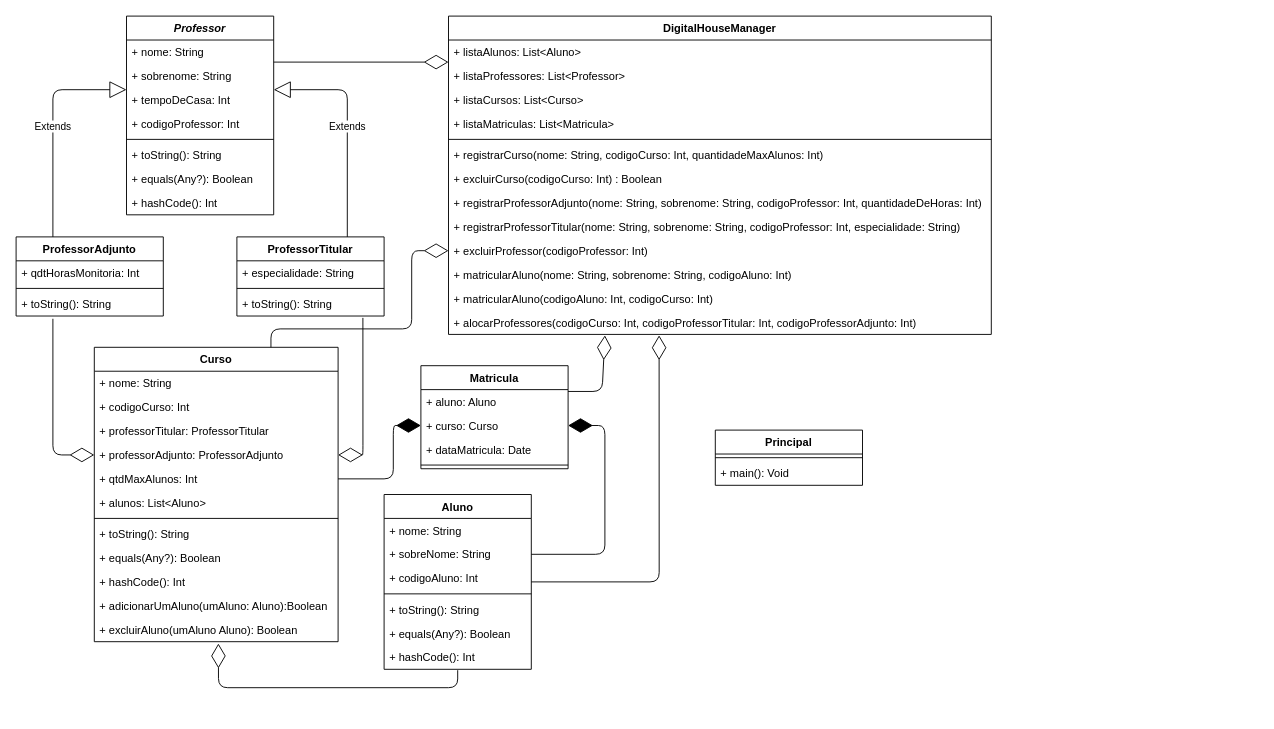
Before: DesafioKotlinUML.drawio in mtrindade8/DesafioKotlin_DigitalHouseMobile, a draw.io diagram. Source tidied: cells renumbered, new cells numbered last; positions are measured from the earlier drawing's top-left corner, leaving out a move shared by most shapes. Both pictures are drawn from the tidied source at 92%, with x=0, y=0 at pixel (16, 16).
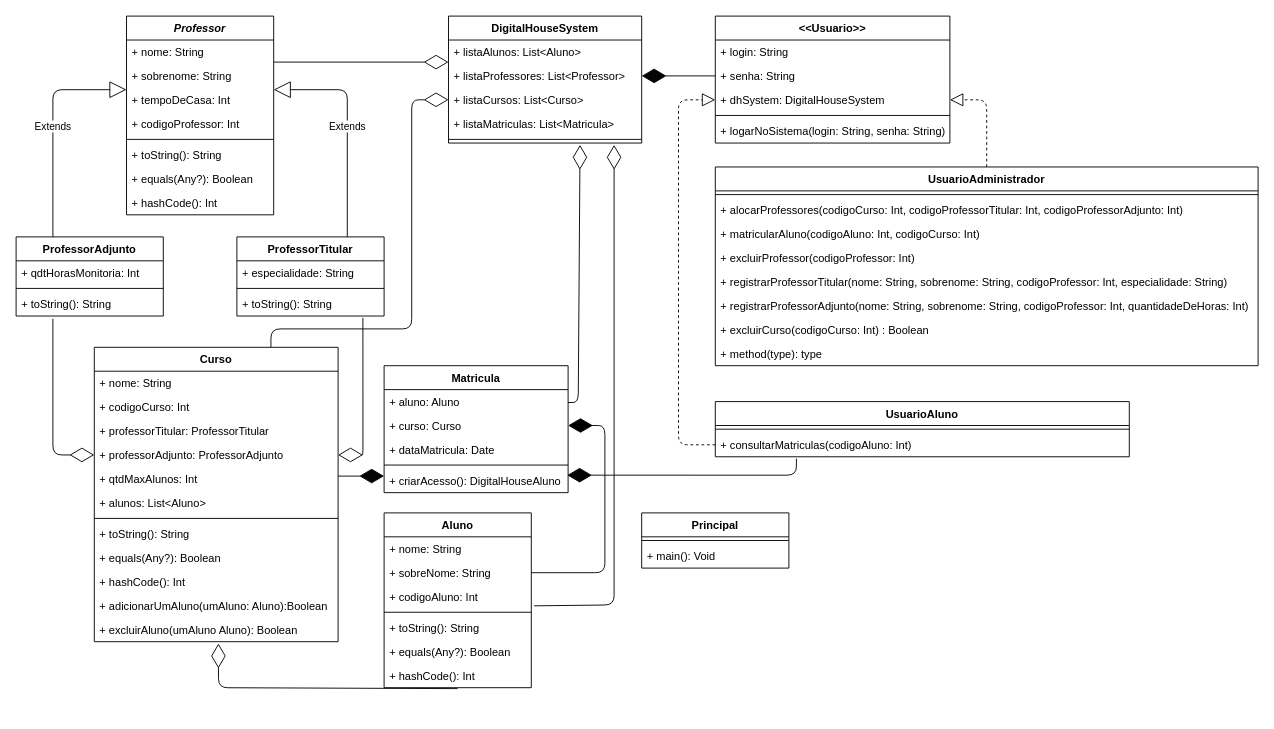
The same page after the edit.

Commit message:
Inclusão da parte K

The change refers to these unchanged cells:
```xml
<mxCell id="5" value="+ toString(): String" style="text;strokeColor=none;fillColor=none;align=left;verticalAlign=top;spacingLeft=4;spacingRight=4;overflow=hidden;points=[[0,0.5],[1,0.5]];portConstraint=eastwest;" parent="2" vertex="1">
  <mxGeometry y="60" width="160" height="26" as="geometry" />
</mxCell>
<mxCell id="9" value="+ toString(): String" style="text;strokeColor=none;fillColor=none;align=left;verticalAlign=top;spacingLeft=4;spacingRight=4;overflow=hidden;points=[[0,0.5],[1,0.5]];portConstraint=eastwest;" parent="6" vertex="1">
  <mxGeometry y="60" width="160" height="26" as="geometry" />
</mxCell>
<mxCell id="11" value="+ nome: String" style="text;strokeColor=none;fillColor=none;align=left;verticalAlign=top;spacingLeft=4;spacingRight=4;overflow=hidden;points=[[0,0.5],[1,0.5]];portConstraint=eastwest;" parent="10" vertex="1">
  <mxGeometry y="26" width="160" height="26" as="geometry" />
</mxCell>
<mxCell id="25" value="+ professorAdjunto: ProfessorAdjunto" style="text;strokeColor=none;fillColor=none;align=left;verticalAlign=top;spacingLeft=4;spacingRight=4;overflow=hidden;points=[[0,0.5],[1,0.5]];portConstraint=eastwest;" parent="21" vertex="1">
  <mxGeometry y="104" width="265" height="26" as="geometry" />
</mxCell>
<mxCell id="26" value="+ qtdMaxAlunos: Int" style="text;strokeColor=none;fillColor=none;align=left;verticalAlign=top;spacingLeft=4;spacingRight=4;overflow=hidden;points=[[0,0.5],[1,0.5]];portConstraint=eastwest;" parent="21" vertex="1">
  <mxGeometry y="130" width="265" height="26" as="geometry" />
</mxCell>
<mxCell id="39" value="+ sobreNome: String" style="text;strokeColor=none;fillColor=none;align=left;verticalAlign=top;spacingLeft=4;spacingRight=4;overflow=hidden;points=[[0,0.5],[1,0.5]];portConstraint=eastwest;" parent="37" vertex="1">
  <mxGeometry y="52" width="160" height="26" as="geometry" />
</mxCell>
<mxCell id="40" value="+ codigoAluno: Int" style="text;strokeColor=none;fillColor=none;align=left;verticalAlign=top;spacingLeft=4;spacingRight=4;overflow=hidden;points=[[0,0.5],[1,0.5]];portConstraint=eastwest;" parent="37" vertex="1">
  <mxGeometry y="78" width="160" height="26" as="geometry" />
</mxCell>
```

The edit, as a diff of the source:
```diff
@@
-    <mxCell id="34" style="endArrow=diamondThin;endFill=1;endSize=24;html=1;exitX=1;exitY=0.5;exitDx=0;exitDy=0;entryX=0;entryY=0.5;entryDx=0;entryDy=0;" parent="1" edge="1" source="26" target="47">
-      <mxGeometry relative="1" as="geometry">
-        <Array as="points">
-          <mxPoint x="410" y="503" />
-          <mxPoint x="410" y="445" />
-        </Array>
-      </mxGeometry>
-    </mxCell>
     <mxCell id="35" style="endArrow=diamondThin;endFill=1;endSize=24;html=1;entryX=1;entryY=0.5;entryDx=0;entryDy=0;exitX=1;exitY=0.5;exitDx=0;exitDy=0;" parent="1" edge="1" source="39" target="47">
       <mxGeometry relative="1" as="geometry">
         <Array as="points">
-          <mxPoint x="640" y="585" />
+          <mxPoint x="640" y="605" />
           <mxPoint x="640" y="445" />
         </Array>
       </mxGeometry>
     </mxCell>
@@
+    <mxCell id="50" value="DigitalHouseSystem" style="swimlane;fontStyle=1;align=center;verticalAlign=top;horizontal=1;startSize=26;" parent="1" vertex="1">
+      <mxGeometry x="470" width="210" height="138" as="geometry" />
+    </mxCell>
+    <mxCell id="51" value="+ listaAlunos: List&lt;Aluno&gt;" style="text;strokeColor=none;fillColor=none;align=left;verticalAlign=top;spacingLeft=4;spacingRight=4;overflow=hidden;points=[[0,0.5],[1,0.5]];portConstraint=eastwest;" parent="50" vertex="1">
+      <mxGeometry y="26" width="210" height="26" as="geometry" />
+    </mxCell>
+    <mxCell id="52" value="+ listaProfessores: List&lt;Professor&gt;" style="text;strokeColor=none;fillColor=none;align=left;verticalAlign=top;spacingLeft=4;spacingRight=4;overflow=hidden;points=[[0,0.5],[1,0.5]];portConstraint=eastwest;" parent="50" vertex="1">
+      <mxGeometry y="52" width="210" height="26" as="geometry" />
+    </mxCell>
+    <mxCell id="53" value="+ listaCursos: List&lt;Curso&gt;" style="text;strokeColor=none;fillColor=none;align=left;verticalAlign=top;spacingLeft=4;spacingRight=4;overflow=hidden;points=[[0,0.5],[1,0.5]];portConstraint=eastwest;" parent="50" vertex="1">
+      <mxGeometry y="78" width="210" height="26" as="geometry" />
+    </mxCell>
+    <mxCell id="54" value="+ listaMatriculas: List&lt;Matricula&gt;" style="text;strokeColor=none;fillColor=none;align=left;verticalAlign=top;spacingLeft=4;spacingRight=4;overflow=hidden;" parent="50" vertex="1">
+      <mxGeometry y="104" width="210" height="26" as="geometry" />
+    </mxCell>
+    <mxCell id="55" style="line;strokeWidth=1;fillColor=none;align=left;verticalAlign=middle;spacingTop=-1;spacingLeft=3;spacingRight=3;labelPosition=right;" parent="50" vertex="1">
+      <mxGeometry y="130" width="210" height="8" as="geometry" />
+    </mxCell>
+    <mxCell id="64" style="endArrow=diamondThin;endFill=0;endSize=24;html=1;exitX=0.856;exitY=1.077;exitDx=0;exitDy=0;exitPerimeter=0;entryX=1;entryY=0.5;entryDx=0;entryDy=0;" parent="1" edge="1" source="9" target="25">
+      <mxGeometry relative="1" as="geometry">
+        <Array as="points">
+          <mxPoint x="377" y="477" />
+        </Array>
+      </mxGeometry>
+    </mxCell>
+    <mxCell id="65" style="endArrow=diamondThin;endFill=0;endSize=24;html=1;exitX=0.25;exitY=1.115;exitDx=0;exitDy=0;exitPerimeter=0;entryX=0;entryY=0.5;entryDx=0;entryDy=0;" parent="1" edge="1" source="5" target="25">
+      <mxGeometry relative="1" as="geometry">
+        <Array as="points">
+          <mxPoint x="40" y="477" />
+        </Array>
+      </mxGeometry>
+    </mxCell>
+    <mxCell id="69" style="endArrow=diamondThin;endFill=0;endSize=24;html=1;exitX=1.019;exitY=0.885;exitDx=0;exitDy=0;exitPerimeter=0;" parent="1" edge="1" source="40">
+      <mxGeometry relative="1" as="geometry">
+        <mxPoint x="650" y="140" as="targetPoint" />
+        <Array as="points">
+          <mxPoint x="650" y="640" />
+        </Array>
+      </mxGeometry>
+    </mxCell>
+    <mxCell id="70" style="endArrow=diamondThin;endFill=0;endSize=24;html=1;" parent="1" edge="1">
+      <mxGeometry relative="1" as="geometry">
+        <mxPoint x="600" y="420" as="sourcePoint" />
+        <mxPoint x="613" y="140" as="targetPoint" />
+        <Array as="points">
+          <mxPoint x="611" y="420" />
+        </Array>
+      </mxGeometry>
+    </mxCell>
+    <mxCell id="71" style="endArrow=diamondThin;endFill=0;endSize=24;html=1;strokeColor=#050505;entryX=0;entryY=0.5;entryDx=0;entryDy=0;" parent="1" edge="1" target="53">
+      <mxGeometry relative="1" as="geometry">
+        <mxPoint x="277" y="360" as="sourcePoint" />
+        <Array as="points">
+          <mxPoint x="277" y="340" />
+          <mxPoint x="430" y="340" />
+          <mxPoint x="430" y="91" />
+        </Array>
+      </mxGeometry>
+    </mxCell>
+    <mxCell id="72" style="endArrow=diamondThin;endFill=0;endSize=24;html=1;strokeColor=#050505;exitX=1;exitY=0.923;exitDx=0;exitDy=0;exitPerimeter=0;entryX=0;entryY=0.923;entryDx=0;entryDy=0;entryPerimeter=0;" parent="1" edge="1" source="11" target="51">
+      <mxGeometry relative="1" as="geometry" />
+    </mxCell>
     <mxCell id="37" value="Aluno" style="swimlane;fontStyle=1;align=center;verticalAlign=top;horizontal=1;startSize=26;" parent="1" vertex="1">
-      <mxGeometry x="400" y="520" width="160" height="190" as="geometry" />
+      <mxGeometry x="400" y="540" width="160" height="190" as="geometry" />
     </mxCell>
@@
     <mxCell id="45" value="Matricula" style="swimlane;fontStyle=1;align=center;verticalAlign=top;horizontal=1;startSize=26;" parent="1" vertex="1">
-      <mxGeometry x="440" y="380" width="160" height="112" as="geometry" />
+      <mxGeometry x="400" y="380" width="200" height="138" as="geometry" />
     </mxCell>
     <mxCell id="46" value="+ aluno: Aluno" style="text;strokeColor=none;fillColor=none;align=left;verticalAlign=top;spacingLeft=4;spacingRight=4;overflow=hidden;" parent="45" vertex="1">
-      <mxGeometry y="26" width="160" height="26" as="geometry" />
+      <mxGeometry y="26" width="200" height="26" as="geometry" />
     </mxCell>
     <mxCell id="47" value="+ curso: Curso" style="text;strokeColor=none;fillColor=none;align=left;verticalAlign=top;spacingLeft=4;spacingRight=4;overflow=hidden;points=[[0,0.5],[1,0.5]];portConstraint=eastwest;" parent="45" vertex="1">
-      <mxGeometry y="52" width="160" height="26" as="geometry" />
+      <mxGeometry y="52" width="200" height="26" as="geometry" />
     </mxCell>
     <mxCell id="48" value="+ dataMatricula: Date" style="text;strokeColor=none;fillColor=none;align=left;verticalAlign=top;spacingLeft=4;spacingRight=4;overflow=hidden;" parent="45" vertex="1">
-      <mxGeometry y="78" width="160" height="26" as="geometry" />
+      <mxGeometry y="78" width="200" height="26" as="geometry" />
     </mxCell>
     <mxCell id="49" style="line;strokeWidth=1;fillColor=none;align=left;verticalAlign=middle;spacingTop=-1;spacingLeft=3;spacingRight=3;labelPosition=right;" parent="45" vertex="1">
-      <mxGeometry y="104" width="160" height="8" as="geometry" />
+      <mxGeometry y="104" width="200" height="8" as="geometry" />
     </mxCell>
-    <mxCell id="50" value="DigitalHouseManager" style="swimlane;fontStyle=1;align=center;verticalAlign=top;horizontal=1;startSize=26;" parent="1" vertex="1">
-      <mxGeometry x="470" width="590" height="346" as="geometry" />
-    </mxCell>
-    <mxCell id="51" value="+ listaAlunos: List&lt;Aluno&gt;" style="text;strokeColor=none;fillColor=none;align=left;verticalAlign=top;spacingLeft=4;spacingRight=4;overflow=hidden;points=[[0,0.5],[1,0.5]];portConstraint=eastwest;" parent="50" vertex="1">
-      <mxGeometry y="26" width="590" height="26" as="geometry" />
-    </mxCell>
-    <mxCell id="52" value="+ listaProfessores: List&lt;Professor&gt;" style="text;strokeColor=none;fillColor=none;align=left;verticalAlign=top;spacingLeft=4;spacingRight=4;overflow=hidden;points=[[0,0.5],[1,0.5]];portConstraint=eastwest;" parent="50" vertex="1">
-      <mxGeometry y="52" width="590" height="26" as="geometry" />
-    </mxCell>
-    <mxCell id="53" value="+ listaCursos: List&lt;Curso&gt;" style="text;strokeColor=none;fillColor=none;align=left;verticalAlign=top;spacingLeft=4;spacingRight=4;overflow=hidden;points=[[0,0.5],[1,0.5]];portConstraint=eastwest;" parent="50" vertex="1">
-      <mxGeometry y="78" width="590" height="26" as="geometry" />
-    </mxCell>
-    <mxCell id="54" value="+ listaMatriculas: List&lt;Matricula&gt;" style="text;strokeColor=none;fillColor=none;align=left;verticalAlign=top;spacingLeft=4;spacingRight=4;overflow=hidden;" parent="50" vertex="1">
-      <mxGeometry y="104" width="590" height="26" as="geometry" />
-    </mxCell>
-    <mxCell id="55" style="line;strokeWidth=1;fillColor=none;align=left;verticalAlign=middle;spacingTop=-1;spacingLeft=3;spacingRight=3;labelPosition=right;" parent="50" vertex="1">
-      <mxGeometry y="130" width="590" height="8" as="geometry" />
-    </mxCell>
-    <mxCell id="56" value="+ registrarCurso(nome: String, codigoCurso: Int, quantidadeMaxAlunos: Int)" style="text;strokeColor=none;fillColor=none;align=left;verticalAlign=top;spacingLeft=4;spacingRight=4;overflow=hidden;" parent="50" vertex="1">
-      <mxGeometry y="138" width="590" height="26" as="geometry" />
-    </mxCell>
-    <mxCell id="57" value="+ excluirCurso(codigoCurso: Int) : Boolean" style="text;strokeColor=none;fillColor=none;align=left;verticalAlign=top;spacingLeft=4;spacingRight=4;overflow=hidden;" parent="50" vertex="1">
-      <mxGeometry y="164" width="590" height="26" as="geometry" />
-    </mxCell>
-    <mxCell id="58" value="+ registrarProfessorAdjunto(nome: String, sobrenome: String, codigoProfessor: Int, quantidadeDeHoras: Int)" style="text;strokeColor=none;fillColor=none;align=left;verticalAlign=top;spacingLeft=4;spacingRight=4;overflow=hidden;" parent="50" vertex="1">
-      <mxGeometry y="190" width="590" height="26" as="geometry" />
-    </mxCell>
-    <mxCell id="59" value="+ registrarProfessorTitular(nome: String, sobrenome: String, codigoProfessor: Int, especialidade: String)" style="text;strokeColor=none;fillColor=none;align=left;verticalAlign=top;spacingLeft=4;spacingRight=4;overflow=hidden;" parent="50" vertex="1">
-      <mxGeometry y="216" width="590" height="26" as="geometry" />
-    </mxCell>
-    <mxCell id="60" value="+ excluirProfessor(codigoProfessor: Int)" style="text;strokeColor=none;fillColor=none;align=left;verticalAlign=top;spacingLeft=4;spacingRight=4;overflow=hidden;points=[[0,0.5],[1,0.5]];portConstraint=eastwest;" parent="50" vertex="1">
-      <mxGeometry y="242" width="590" height="26" as="geometry" />
-    </mxCell>
-    <mxCell id="61" value="+ matricularAluno(nome: String, sobrenome: String, codigoAluno: Int)" style="text;strokeColor=none;fillColor=none;align=left;verticalAlign=top;spacingLeft=4;spacingRight=4;overflow=hidden;" parent="50" vertex="1">
-      <mxGeometry y="268" width="590" height="26" as="geometry" />
-    </mxCell>
-    <mxCell id="62" value="+ matricularAluno(codigoAluno: Int, codigoCurso: Int)" style="text;strokeColor=none;fillColor=none;align=left;verticalAlign=top;spacingLeft=4;spacingRight=4;overflow=hidden;" parent="50" vertex="1">
-      <mxGeometry y="294" width="590" height="26" as="geometry" />
-    </mxCell>
-    <mxCell id="63" value="+ alocarProfessores(codigoCurso: Int, codigoProfessorTitular: Int, codigoProfessorAdjunto: Int)" style="text;strokeColor=none;fillColor=none;align=left;verticalAlign=top;spacingLeft=4;spacingRight=4;overflow=hidden;points=[[0,0.5],[1,0.5]];portConstraint=eastwest;" parent="50" vertex="1">
-      <mxGeometry y="320" width="590" height="26" as="geometry" />
-    </mxCell>
-    <mxCell id="64" style="endArrow=diamondThin;endFill=0;endSize=24;html=1;exitX=0.856;exitY=1.077;exitDx=0;exitDy=0;exitPerimeter=0;entryX=1;entryY=0.5;entryDx=0;entryDy=0;" parent="1" edge="1" source="9" target="25">
-      <mxGeometry relative="1" as="geometry">
-        <Array as="points">
-          <mxPoint x="377" y="477" />
-        </Array>
-      </mxGeometry>
-    </mxCell>
-    <mxCell id="65" style="endArrow=diamondThin;endFill=0;endSize=24;html=1;exitX=0.25;exitY=1.115;exitDx=0;exitDy=0;exitPerimeter=0;entryX=0;entryY=0.5;entryDx=0;entryDy=0;" parent="1" edge="1" source="5" target="25">
-      <mxGeometry relative="1" as="geometry">
-        <Array as="points">
-          <mxPoint x="40" y="477" />
-        </Array>
-      </mxGeometry>
-    </mxCell>
+    <mxCell id="73" value="+ criarAcesso(): DigitalHouseAluno" style="text;strokeColor=none;fillColor=none;align=left;verticalAlign=top;spacingLeft=4;spacingRight=4;overflow=hidden;points=[[0,0.5],[1,0.5]];portConstraint=eastwest;" parent="45" vertex="1">
+      <mxGeometry y="112" width="200" height="26" as="geometry" />
+    </mxCell>
+    <mxCell id="74" style="endArrow=diamondThin;endFill=1;endSize=24;html=1;strokeColor=#050505;" parent="1" edge="1">
+      <mxGeometry relative="1" as="geometry">
+        <mxPoint x="350" y="500" as="sourcePoint" />
+        <mxPoint x="400" y="500" as="targetPoint" />
+      </mxGeometry>
+    </mxCell>
+    <mxCell id="75" style="endArrow=diamondThin;endFill=1;endSize=24;html=1;strokeColor=#050505;entryX=0.995;entryY=0.269;entryDx=0;entryDy=0;exitX=0.196;exitY=1.077;exitDx=0;exitDy=0;entryPerimeter=0;exitPerimeter=0;" parent="1" edge="1" source="87" target="73">
+      <mxGeometry relative="1" as="geometry">
+        <Array as="points">
+          <mxPoint x="848" y="499" />
+        </Array>
+      </mxGeometry>
+    </mxCell>
     <mxCell id="66" value="Principal" style="swimlane;fontStyle=1;align=center;verticalAlign=top;horizontal=1;startSize=26;" parent="1" vertex="1">
-      <mxGeometry x="760" y="450" width="160" height="60" as="geometry" />
+      <mxGeometry x="680" y="540" width="160" height="60" as="geometry" />
     </mxCell>
@@
-    <mxCell id="69" style="endArrow=diamondThin;endFill=0;endSize=24;html=1;entryX=0.388;entryY=1.038;entryDx=0;entryDy=0;entryPerimeter=0;" parent="1" edge="1" source="37" target="63">
-      <mxGeometry relative="1" as="geometry">
-        <Array as="points">
-          <mxPoint x="699" y="615" />
-        </Array>
-      </mxGeometry>
-    </mxCell>
-    <mxCell id="70" style="endArrow=diamondThin;endFill=0;endSize=24;html=1;exitX=1;exitY=0.25;exitDx=0;exitDy=0;" parent="1" edge="1" source="45">
-      <mxGeometry relative="1" as="geometry">
-        <mxPoint x="640" y="347" as="targetPoint" />
-        <Array as="points">
-          <mxPoint x="637" y="408" />
-        </Array>
-      </mxGeometry>
-    </mxCell>
-    <mxCell id="71" style="endArrow=diamondThin;endFill=0;endSize=24;html=1;strokeColor=#050505;entryX=0;entryY=0.5;entryDx=0;entryDy=0;" parent="1" edge="1" target="60">
-      <mxGeometry relative="1" as="geometry">
-        <mxPoint x="277" y="360" as="sourcePoint" />
-        <Array as="points">
-          <mxPoint x="277" y="340" />
-          <mxPoint x="430" y="340" />
-          <mxPoint x="430" y="255" />
-        </Array>
-      </mxGeometry>
-    </mxCell>
-    <mxCell id="72" style="endArrow=diamondThin;endFill=0;endSize=24;html=1;strokeColor=#050505;exitX=1;exitY=0.923;exitDx=0;exitDy=0;exitPerimeter=0;entryX=0;entryY=0.923;entryDx=0;entryDy=0;entryPerimeter=0;" parent="1" edge="1" source="11" target="51">
-      <mxGeometry relative="1" as="geometry" />
-    </mxCell>
+    <mxCell id="76" value="&lt;&lt;Usuario&gt;&gt;" style="swimlane;fontStyle=1;align=center;verticalAlign=top;horizontal=1;startSize=26;" parent="1" vertex="1">
+      <mxGeometry x="760" width="255" height="138" as="geometry" />
+    </mxCell>
+    <mxCell id="77" value="+ login: String" style="text;strokeColor=none;fillColor=none;align=left;verticalAlign=top;spacingLeft=4;spacingRight=4;overflow=hidden;" parent="76" vertex="1">
+      <mxGeometry y="26" width="255" height="26" as="geometry" />
+    </mxCell>
+    <mxCell id="78" value="+ senha: String" style="text;strokeColor=none;fillColor=none;align=left;verticalAlign=top;spacingLeft=4;spacingRight=4;overflow=hidden;points=[[0,0.5],[1,0.5]];portConstraint=eastwest;" parent="76" vertex="1">
+      <mxGeometry y="52" width="255" height="26" as="geometry" />
+    </mxCell>
+    <mxCell id="79" value="+ dhSystem: DigitalHouseSystem" style="text;strokeColor=none;fillColor=none;align=left;verticalAlign=top;spacingLeft=4;spacingRight=4;overflow=hidden;points=[[0,0.5],[1,0.5]];portConstraint=eastwest;" parent="76" vertex="1">
+      <mxGeometry y="78" width="255" height="26" as="geometry" />
+    </mxCell>
+    <mxCell id="80" style="line;strokeWidth=1;fillColor=none;align=left;verticalAlign=middle;spacingTop=-1;spacingLeft=3;spacingRight=3;labelPosition=right;" parent="76" vertex="1">
+      <mxGeometry y="104" width="255" height="8" as="geometry" />
+    </mxCell>
+    <mxCell id="81" value="+ logarNoSistema(login: String, senha: String)" style="text;strokeColor=none;fillColor=none;align=left;verticalAlign=top;spacingLeft=4;spacingRight=4;overflow=hidden;" parent="76" vertex="1">
+      <mxGeometry y="112" width="255" height="26" as="geometry" />
+    </mxCell>
+    <mxCell id="82" value="UsuarioAdministrador" style="swimlane;fontStyle=1;align=center;verticalAlign=top;horizontal=1;startSize=26;" parent="1" vertex="1">
+      <mxGeometry x="760" y="164" width="590" height="216" as="geometry" />
+    </mxCell>
+    <mxCell id="83" style="line;strokeWidth=1;fillColor=none;align=left;verticalAlign=middle;spacingTop=-1;spacingLeft=3;spacingRight=3;labelPosition=right;" parent="82" vertex="1">
+      <mxGeometry y="26" width="590" height="8" as="geometry" />
+    </mxCell>
+    <mxCell id="63" value="+ alocarProfessores(codigoCurso: Int, codigoProfessorTitular: Int, codigoProfessorAdjunto: Int)" style="text;strokeColor=none;fillColor=none;align=left;verticalAlign=top;spacingLeft=4;spacingRight=4;overflow=hidden;points=[[0,0.5],[1,0.5]];portConstraint=eastwest;" parent="82" vertex="1">
+      <mxGeometry y="34" width="590" height="26" as="geometry" />
+    </mxCell>
+    <mxCell id="62" value="+ matricularAluno(codigoAluno: Int, codigoCurso: Int)" style="text;strokeColor=none;fillColor=none;align=left;verticalAlign=top;spacingLeft=4;spacingRight=4;overflow=hidden;" parent="82" vertex="1">
+      <mxGeometry y="60" width="590" height="26" as="geometry" />
+    </mxCell>
+    <mxCell id="60" value="+ excluirProfessor(codigoProfessor: Int)" style="text;strokeColor=none;fillColor=none;align=left;verticalAlign=top;spacingLeft=4;spacingRight=4;overflow=hidden;points=[[0,0.5],[1,0.5]];portConstraint=eastwest;" parent="82" vertex="1">
+      <mxGeometry y="86" width="590" height="26" as="geometry" />
+    </mxCell>
+    <mxCell id="59" value="+ registrarProfessorTitular(nome: String, sobrenome: String, codigoProfessor: Int, especialidade: String)" style="text;strokeColor=none;fillColor=none;align=left;verticalAlign=top;spacingLeft=4;spacingRight=4;overflow=hidden;" parent="82" vertex="1">
+      <mxGeometry y="112" width="590" height="26" as="geometry" />
+    </mxCell>
+    <mxCell id="58" value="+ registrarProfessorAdjunto(nome: String, sobrenome: String, codigoProfessor: Int, quantidadeDeHoras: Int)" style="text;strokeColor=none;fillColor=none;align=left;verticalAlign=top;spacingLeft=4;spacingRight=4;overflow=hidden;" parent="82" vertex="1">
+      <mxGeometry y="138" width="590" height="26" as="geometry" />
+    </mxCell>
+    <mxCell id="57" value="+ excluirCurso(codigoCurso: Int) : Boolean" style="text;strokeColor=none;fillColor=none;align=left;verticalAlign=top;spacingLeft=4;spacingRight=4;overflow=hidden;" parent="82" vertex="1">
+      <mxGeometry y="164" width="590" height="26" as="geometry" />
+    </mxCell>
+    <mxCell id="84" value="+ method(type): type" style="text;strokeColor=none;fillColor=none;align=left;verticalAlign=top;spacingLeft=4;spacingRight=4;overflow=hidden;" parent="82" vertex="1">
+      <mxGeometry y="190" width="590" height="26" as="geometry" />
+    </mxCell>
+    <mxCell id="85" value="UsuarioAluno" style="swimlane;fontStyle=1;align=center;verticalAlign=top;horizontal=1;startSize=26;" parent="1" vertex="1">
+      <mxGeometry x="760" y="419" width="450" height="60" as="geometry" />
+    </mxCell>
+    <mxCell id="86" style="line;strokeWidth=1;fillColor=none;align=left;verticalAlign=middle;spacingTop=-1;spacingLeft=3;spacingRight=3;labelPosition=right;" parent="85" vertex="1">
+      <mxGeometry y="26" width="450" height="8" as="geometry" />
+    </mxCell>
+    <mxCell id="87" value="+ consultarMatriculas(codigoAluno: Int)" style="text;strokeColor=none;fillColor=none;align=left;verticalAlign=top;spacingLeft=4;spacingRight=4;overflow=hidden;points=[[0,0.5],[1,0.5]];portConstraint=eastwest;" parent="85" vertex="1">
+      <mxGeometry y="34" width="450" height="26" as="geometry" />
+    </mxCell>
+    <mxCell id="88" style="endArrow=diamondThin;endFill=1;endSize=24;html=1;strokeColor=#050505;entryX=1;entryY=0.5;entryDx=0;entryDy=0;exitX=0;exitY=0.5;exitDx=0;exitDy=0;" parent="1" edge="1" source="78" target="52">
+      <mxGeometry relative="1" as="geometry" />
+    </mxCell>
+    <mxCell id="89" style="endArrow=block;dashed=1;endFill=0;endSize=12;html=1;strokeColor=#050505;entryX=0;entryY=0.5;entryDx=0;entryDy=0;exitX=0;exitY=0.5;exitDx=0;exitDy=0;" parent="1" edge="1" source="87" target="79">
+      <mxGeometry relative="1" as="geometry">
+        <Array as="points">
+          <mxPoint x="720" y="466" />
+          <mxPoint x="720" y="91" />
+        </Array>
+      </mxGeometry>
+    </mxCell>
+    <mxCell id="90" style="endArrow=block;dashed=1;endFill=0;endSize=12;html=1;strokeColor=#050505;entryX=1;entryY=0.5;entryDx=0;entryDy=0;exitX=0.5;exitY=0;exitDx=0;exitDy=0;" parent="1" edge="1" source="82" target="79">
+      <mxGeometry relative="1" as="geometry">
+        <Array as="points">
+          <mxPoint x="1055" y="91" />
+        </Array>
+      </mxGeometry>
+    </mxCell>
```
